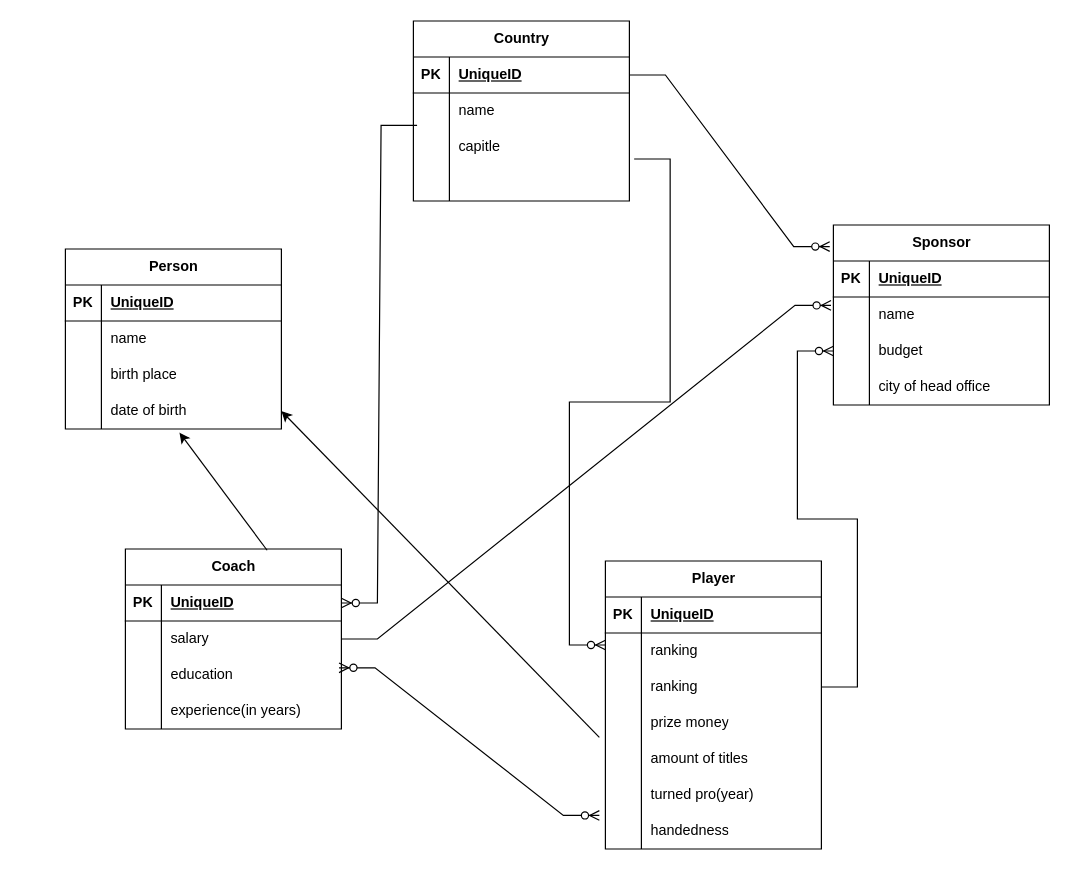
IraHiltunen/git-demo keeps this draw.io diagram as Untitled Diagram.drawio. Above is the earlier version. Source tidied: cells renumbered, new cells numbered last; positions are measured from the earlier drawing's top-left corner, leaving out a move shared by most shapes. Both pictures are drawn from the tidied source at 120%, with x=0, y=0 at pixel (65, 20).
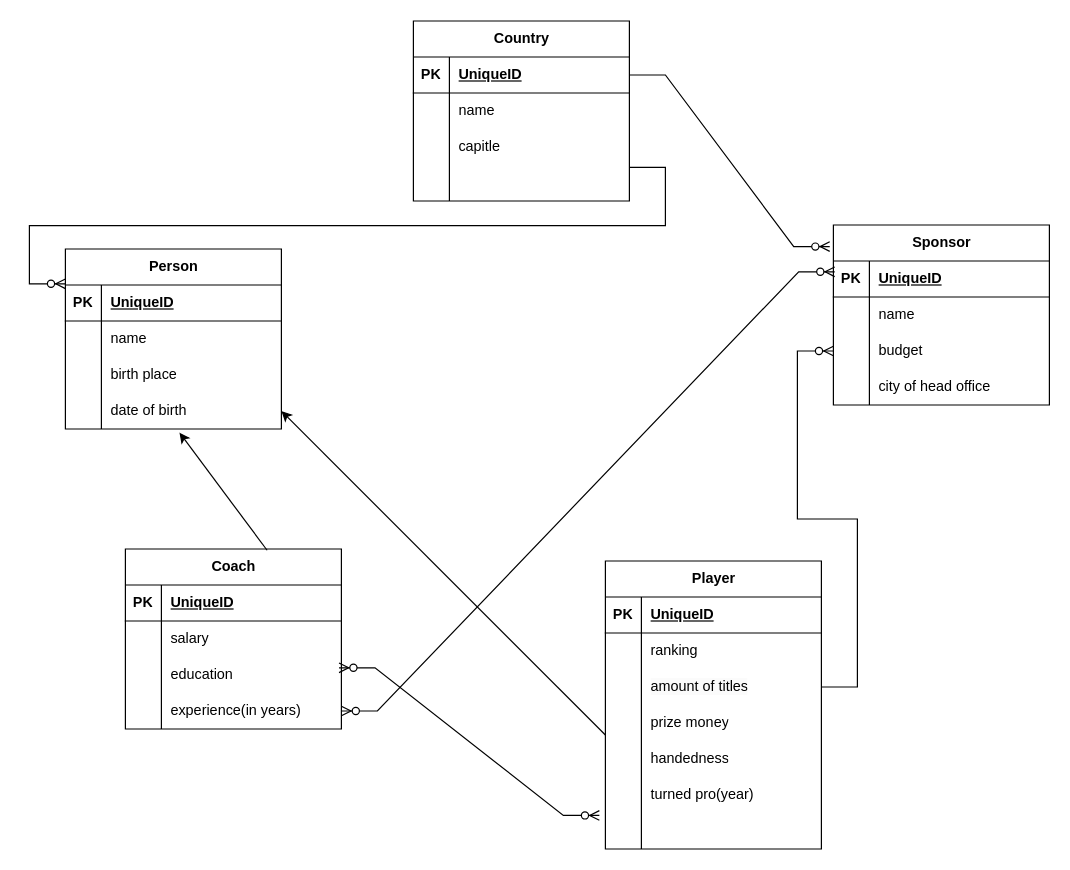
Above is the later version.

The change refers to these unchanged cells:
```xml
<mxCell id="9" style="shape=tableRow;horizontal=0;startSize=0;swimlaneHead=0;swimlaneBody=0;fillColor=none;points=[[0,0.5],[1,0.5]];portConstraint=eastwest;top=0;left=0;right=0;bottom=0;" parent="2" vertex="1">
  <mxGeometry y="90" width="180" height="30" as="geometry" />
</mxCell>
<mxCell id="12" style="shape=tableRow;horizontal=0;startSize=0;swimlaneHead=0;swimlaneBody=0;fillColor=none;points=[[0,0.5],[1,0.5]];portConstraint=eastwest;top=0;left=0;right=0;bottom=0;" parent="2" vertex="1">
  <mxGeometry y="120" width="180" height="30" as="geometry" />
</mxCell>
<mxCell id="15" style="shape=tableRow;horizontal=0;startSize=0;swimlaneHead=0;swimlaneBody=0;fillColor=none;points=[[0,0.5],[1,0.5]];portConstraint=eastwest;top=0;left=0;right=0;bottom=0;" parent="2" vertex="1">
  <mxGeometry y="150" width="180" height="30" as="geometry" />
</mxCell>
<mxCell id="21" style="shape=tableRow;horizontal=0;startSize=0;swimlaneHead=0;swimlaneBody=0;fillColor=none;points=[[0,0.5],[1,0.5]];portConstraint=eastwest;top=0;left=0;right=0;bottom=0;" parent="2" vertex="1">
  <mxGeometry y="210" width="180" height="30" as="geometry" />
</mxCell>
<mxCell id="25" style="shape=tableRow;horizontal=0;startSize=0;swimlaneHead=0;swimlaneBody=0;fillColor=none;points=[[0,0.5],[1,0.5]];portConstraint=eastwest;top=0;left=0;right=0;bottom=1;" parent="24" vertex="1">
  <mxGeometry y="30" width="180" height="30" as="geometry" />
</mxCell>
<mxCell id="28" style="shape=tableRow;horizontal=0;startSize=0;swimlaneHead=0;swimlaneBody=0;fillColor=none;points=[[0,0.5],[1,0.5]];portConstraint=eastwest;top=0;left=0;right=0;bottom=0;" parent="24" vertex="1">
  <mxGeometry y="60" width="180" height="30" as="geometry" />
</mxCell>
<mxCell id="38" style="shape=tableRow;horizontal=0;startSize=0;swimlaneHead=0;swimlaneBody=0;fillColor=none;points=[[0,0.5],[1,0.5]];portConstraint=eastwest;top=0;left=0;right=0;bottom=1;" parent="37" vertex="1">
  <mxGeometry y="30" width="180" height="30" as="geometry" />
</mxCell>
<mxCell id="41" style="shape=tableRow;horizontal=0;startSize=0;swimlaneHead=0;swimlaneBody=0;fillColor=none;points=[[0,0.5],[1,0.5]];portConstraint=eastwest;top=0;left=0;right=0;bottom=0;" parent="37" vertex="1">
  <mxGeometry y="60" width="180" height="30" as="geometry" />
</mxCell>
<mxCell id="47" style="shape=tableRow;horizontal=0;startSize=0;swimlaneHead=0;swimlaneBody=0;fillColor=none;points=[[0,0.5],[1,0.5]];portConstraint=eastwest;top=0;left=0;right=0;bottom=0;" parent="37" vertex="1">
  <mxGeometry y="120" width="180" height="30" as="geometry" />
</mxCell>
<mxCell id="60" style="shape=tableRow;horizontal=0;startSize=0;swimlaneHead=0;swimlaneBody=0;fillColor=none;points=[[0,0.5],[1,0.5]];portConstraint=eastwest;top=0;left=0;right=0;bottom=0;" parent="50" vertex="1">
  <mxGeometry y="120" width="180" height="30" as="geometry" />
</mxCell>
<mxCell id="70" style="shape=tableRow;horizontal=0;startSize=0;swimlaneHead=0;swimlaneBody=0;fillColor=none;points=[[0,0.5],[1,0.5]];portConstraint=eastwest;top=0;left=0;right=0;bottom=0;" parent="63" vertex="1">
  <mxGeometry y="90" width="180" height="30" as="geometry" />
</mxCell>
<mxCell id="73" style="shape=tableRow;horizontal=0;startSize=0;swimlaneHead=0;swimlaneBody=0;fillColor=none;points=[[0,0.5],[1,0.5]];portConstraint=eastwest;top=0;left=0;right=0;bottom=0;" parent="63" vertex="1">
  <mxGeometry y="120" width="180" height="30" as="geometry" />
</mxCell>
```

The edit, as a diff of the source:
```diff
@@
-    <mxCell id="11" value="ranking" style="shape=partialRectangle;fillColor=none;top=0;left=0;bottom=0;right=0;align=left;spacingLeft=6;overflow=hidden;whiteSpace=wrap;html=1;" parent="9" vertex="1">
+    <mxCell id="11" value="&lt;span style=&quot;color: rgb(0, 0, 0); font-family: Helvetica; font-size: 12px; font-style: normal; font-variant-ligatures: normal; font-variant-caps: normal; font-weight: 400; letter-spacing: normal; orphans: 2; text-align: left; text-indent: 0px; text-transform: none; widows: 2; word-spacing: 0px; -webkit-text-stroke-width: 0px; background-color: rgb(251, 251, 251); text-decoration-thickness: initial; text-decoration-style: initial; text-decoration-color: initial; float: none; display: inline !important;&quot;&gt;amount of titles&lt;/span&gt;" style="shape=partialRectangle;fillColor=none;top=0;left=0;bottom=0;right=0;align=left;spacingLeft=6;overflow=hidden;whiteSpace=wrap;html=1;" parent="9" vertex="1">
       <mxGeometry x="30" width="150" height="30" as="geometry" />
     </mxCell>
@@
-    <mxCell id="17" value="amount of titles" style="shape=partialRectangle;fillColor=none;top=0;left=0;bottom=0;right=0;align=left;spacingLeft=6;overflow=hidden;whiteSpace=wrap;html=1;" parent="15" vertex="1">
+    <mxCell id="17" value="handedness" style="shape=partialRectangle;fillColor=none;top=0;left=0;bottom=0;right=0;align=left;spacingLeft=6;overflow=hidden;whiteSpace=wrap;html=1;" parent="15" vertex="1">
       <mxGeometry x="30" width="150" height="30" as="geometry" />
     </mxCell>
@@
-    <mxCell id="23" value="handedness" style="shape=partialRectangle;fillColor=none;top=0;left=0;bottom=0;right=0;align=left;spacingLeft=6;overflow=hidden;whiteSpace=wrap;html=1;" parent="21" vertex="1">
+    <mxCell id="23" style="shape=partialRectangle;fillColor=none;top=0;left=0;bottom=0;right=0;align=left;spacingLeft=6;overflow=hidden;whiteSpace=wrap;html=1;" parent="21" vertex="1">
       <mxGeometry x="30" width="150" height="30" as="geometry" />
     </mxCell>
@@
-    <mxCell id="77" style="endArrow=classic;html=1;rounded=0;entryX=1;entryY=0.5;entryDx=0;entryDy=0;exitX=-0.028;exitY=0.9;exitDx=0;exitDy=0;exitPerimeter=0;" parent="1" edge="1" source="12" target="60">
+    <mxCell id="77" style="endArrow=classic;html=1;rounded=0;entryX=1;entryY=0.5;entryDx=0;entryDy=0;exitX=0;exitY=-0.167;exitDx=0;exitDy=0;exitPerimeter=0;" parent="1" edge="1" source="15" target="60">
       <mxGeometry relative="1" as="geometry" />
     </mxCell>
-    <mxCell id="78" style="edgeStyle=entityRelationEdgeStyle;fontSize=12;html=1;endArrow=ERzeroToMany;endFill=1;rounded=0;exitX=1.022;exitY=0.833;exitDx=0;exitDy=0;exitPerimeter=0;" parent="1" edge="1" source="70">
-      <mxGeometry relative="1" as="geometry">
-        <mxPoint x="450" y="520" as="targetPoint" />
-      </mxGeometry>
-    </mxCell>
@@
-    <mxCell id="80" style="edgeStyle=entityRelationEdgeStyle;fontSize=12;html=1;endArrow=ERzeroToMany;endFill=1;rounded=0;entryX=1;entryY=0.5;entryDx=0;entryDy=0;exitX=0.017;exitY=-0.1;exitDx=0;exitDy=0;exitPerimeter=0;" parent="1" edge="1" source="70" target="38">
+    <mxCell id="80" style="edgeStyle=entityRelationEdgeStyle;fontSize=12;html=1;endArrow=ERzeroToMany;endFill=1;rounded=0;exitX=1;exitY=0.067;exitDx=0;exitDy=0;exitPerimeter=0;" parent="1" edge="1" source="73">
       <mxGeometry relative="1" as="geometry">
+        <mxPoint y="219" as="targetPoint" />
         <Array as="points">
-          <mxPoint x="290" y="110" />
+          <mxPoint x="300" y="99" />
+          <mxPoint x="90" y="109" />
+          <mxPoint x="130" y="140" />
+          <mxPoint x="140" y="140" />
+          <mxPoint x="140" y="150" />
         </Array>
       </mxGeometry>
     </mxCell>
@@
-    <mxCell id="83" style="edgeStyle=entityRelationEdgeStyle;fontSize=12;html=1;endArrow=ERzeroToMany;endFill=1;rounded=0;exitX=1;exitY=0.5;exitDx=0;exitDy=0;entryX=-0.011;entryY=0.233;entryDx=0;entryDy=0;entryPerimeter=0;" parent="1" edge="1" source="41" target="28">
-      <mxGeometry relative="1" as="geometry" />
-    </mxCell>
+    <mxCell id="84" style="edgeStyle=entityRelationEdgeStyle;fontSize=12;html=1;endArrow=ERzeroToMany;endFill=1;startArrow=ERzeroToMany;rounded=0;exitX=1;exitY=0.5;exitDx=0;exitDy=0;entryX=0.006;entryY=0.3;entryDx=0;entryDy=0;entryPerimeter=0;" parent="1" edge="1" source="47" target="25">
+      <mxGeometry relative="1" as="geometry">
+        <Array as="points">
+          <mxPoint x="900" y="560" />
+          <mxPoint x="900" y="450" />
+        </Array>
+      </mxGeometry>
+    </mxCell>
```
